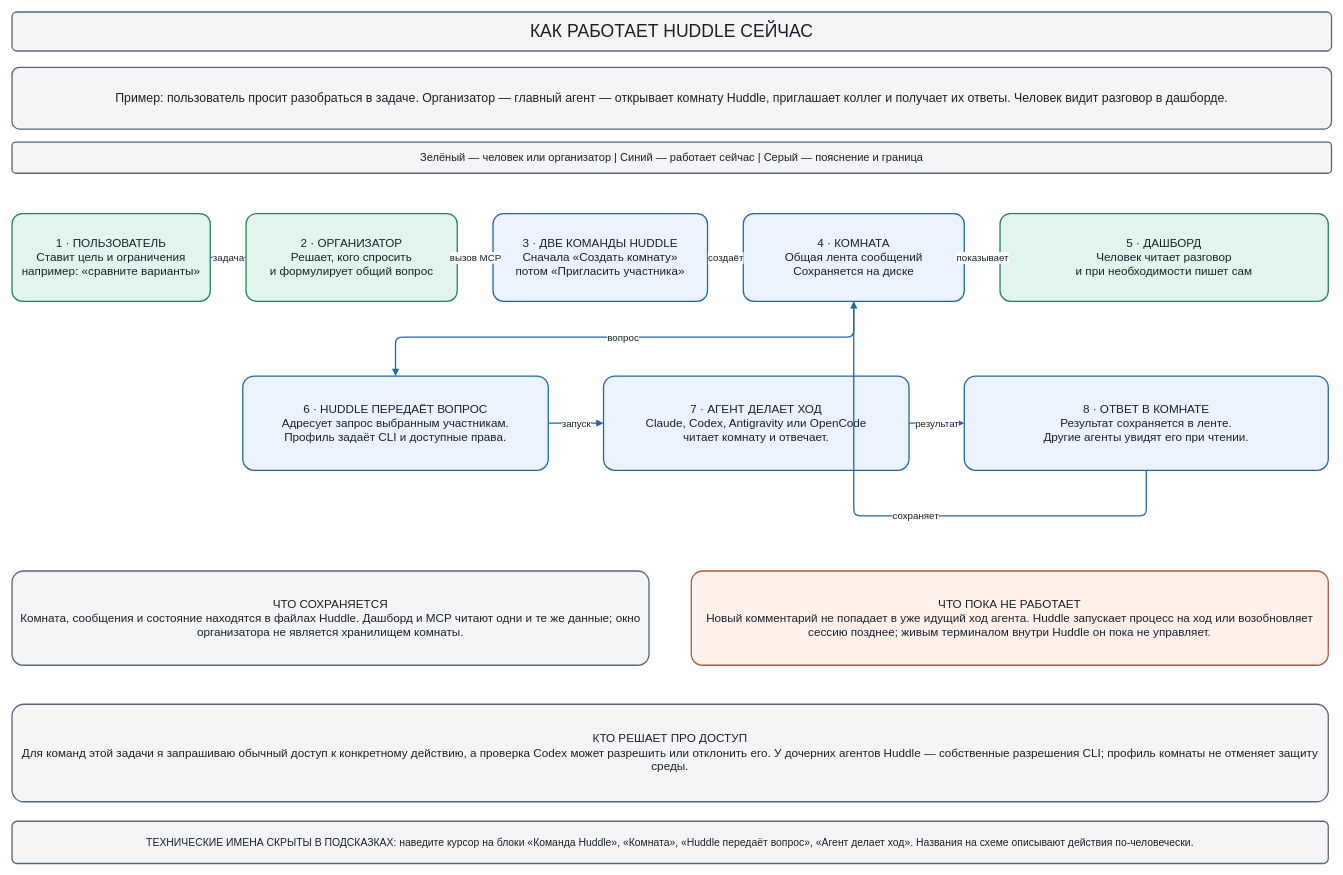
Above: page "1 · Как Huddle работает сейчас" (1 of 2) of research/huddle-flow-20260923.drawio in kolotovalexander/mcp-huddle (draw.io), before the change. Source tidied: cells renumbered, new cells numbered last; positions are measured from the earlier drawing's top-left corner, leaving out a move shared by most shapes. Both pictures are drawn from the tidied source at 65%, with x=0, y=0 at pixel (12, 12).
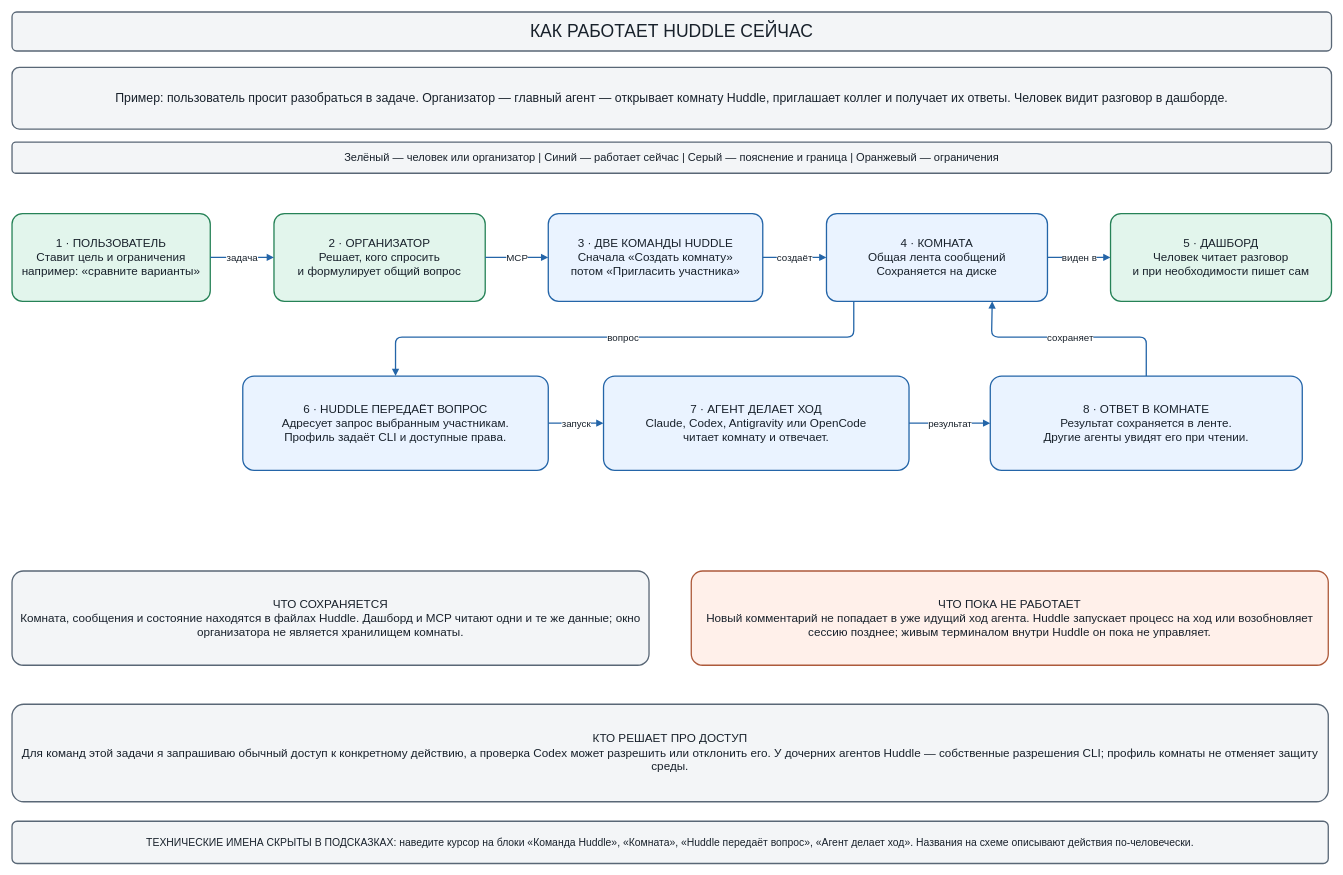
Above is the later version.

Diff of the diagram source:
```diff
@@
-    <mxCell id="4" value="Зелёный — человек или организатор | Синий — работает сейчас | Серый — пояснение и граница" style="rounded=1;arcSize=12;whiteSpace=wrap;html=1;fillColor=#F3F5F7;strokeColor=#596776;strokeWidth=2;fontColor=#18212B;fontSize=17;fontFamily=Arial;align=center;verticalAlign=middle;spacing=12;" parent="1" vertex="1">
+    <mxCell id="4" value="Зелёный — человек или организатор | Синий — работает сейчас | Серый — пояснение и граница | Оранжевый — ограничения" style="rounded=1;arcSize=12;whiteSpace=wrap;html=1;fillColor=#F3F5F7;strokeColor=#596776;strokeWidth=2;fontColor=#18212B;fontSize=17;fontFamily=Arial;align=center;verticalAlign=middle;spacing=12;" parent="1" vertex="1">
       <mxGeometry y="200" width="2030" height="48" as="geometry" />
     </mxCell>
@@
     <mxCell id="6" value="2 · ОРГАНИЗАТОР&lt;br&gt;Решает, кого спросить&lt;br&gt;и формулирует общий вопрос" style="rounded=1;arcSize=12;whiteSpace=wrap;html=1;fillColor=#E2F5EC;strokeColor=#268257;strokeWidth=2;fontColor=#18212B;fontSize=18;fontFamily=Arial;align=center;verticalAlign=middle;spacing=12;" parent="1" vertex="1">
-      <mxGeometry x="360" y="310" width="325" height="135" as="geometry" />
+      <mxGeometry x="403" y="310" width="325" height="135" as="geometry" />
     </mxCell>
     <mxCell id="7" value="3 · ДВЕ КОМАНДЫ HUDDLE&lt;br&gt;Сначала «Создать комнату»&lt;br&gt;потом «Пригласить участника»" style="rounded=1;arcSize=12;whiteSpace=wrap;html=1;fillColor=#EAF3FF;strokeColor=#2465A8;strokeWidth=2;fontColor=#18212B;fontSize=18;fontFamily=Arial;align=center;verticalAlign=middle;spacing=12;" parent="1" vertex="1">
-      <mxGeometry x="740" y="310" width="330" height="135" as="geometry" />
+      <mxGeometry x="825" y="310" width="330" height="135" as="geometry" />
     </mxCell>
     <mxCell id="8" value="4 · КОМНАТА&lt;br&gt;Общая лента сообщений&lt;br&gt;Сохраняется на диске" style="rounded=1;arcSize=12;whiteSpace=wrap;html=1;fillColor=#EAF3FF;strokeColor=#2465A8;strokeWidth=2;fontColor=#18212B;fontSize=18;fontFamily=Arial;align=center;verticalAlign=middle;spacing=12;" parent="1" vertex="1">
-      <mxGeometry x="1125" y="310" width="340" height="135" as="geometry" />
+      <mxGeometry x="1253" y="310" width="340" height="135" as="geometry" />
     </mxCell>
     <mxCell id="9" value="5 · ДАШБОРД&lt;br&gt;Человек читает разговор&lt;br&gt;и при необходимости пишет сам" style="rounded=1;arcSize=12;whiteSpace=wrap;html=1;fillColor=#E2F5EC;strokeColor=#268257;strokeWidth=2;fontColor=#18212B;fontSize=18;fontFamily=Arial;align=center;verticalAlign=middle;spacing=12;" parent="1" vertex="1">
-      <mxGeometry x="1520" y="310" width="505" height="135" as="geometry" />
+      <mxGeometry x="1690" y="310" width="340" height="135" as="geometry" />
     </mxCell>
@@
-    <mxCell id="11" value="вызов MCP" style="edgeStyle=orthogonalEdgeStyle;rounded=1;jettySize=auto;html=1;strokeColor=#2465A8;strokeWidth=2;endArrow=block;endFill=1;fontColor=#18212B;fontSize=15;labelBackgroundColor=#FFFFFF;" parent="1" edge="1" source="6" target="7">
+    <mxCell id="11" value="MCP" style="edgeStyle=orthogonalEdgeStyle;rounded=1;jettySize=auto;html=1;strokeColor=#2465A8;strokeWidth=2;endArrow=block;endFill=1;fontColor=#18212B;fontSize=15;labelBackgroundColor=#FFFFFF;" parent="1" edge="1" source="6" target="7">
       <mxGeometry relative="1" as="geometry" />
     </mxCell>
@@
-    <mxCell id="13" value="показывает" style="edgeStyle=orthogonalEdgeStyle;rounded=1;jettySize=auto;html=1;strokeColor=#2465A8;strokeWidth=2;endArrow=block;endFill=1;fontColor=#18212B;fontSize=15;labelBackgroundColor=#FFFFFF;" parent="1" edge="1" source="8" target="9">
+    <mxCell id="13" value="виден в" style="edgeStyle=orthogonalEdgeStyle;rounded=1;jettySize=auto;html=1;strokeColor=#2465A8;strokeWidth=2;endArrow=block;endFill=1;fontColor=#18212B;fontSize=15;labelBackgroundColor=#FFFFFF;" parent="1" edge="1" source="8" target="9">
       <mxGeometry relative="1" as="geometry" />
     </mxCell>
@@
     <mxCell id="16" value="8 · ОТВЕТ В КОМНАТЕ&lt;br&gt;Результат сохраняется в ленте.&lt;br&gt;Другие агенты увидят его при чтении." style="rounded=1;arcSize=12;whiteSpace=wrap;html=1;fillColor=#EAF3FF;strokeColor=#2465A8;strokeWidth=2;fontColor=#18212B;fontSize=18;fontFamily=Arial;align=center;verticalAlign=middle;spacing=12;" parent="1" vertex="1">
-      <mxGeometry x="1465" y="560" width="560" height="145" as="geometry" />
+      <mxGeometry x="1505" y="560" width="480" height="145" as="geometry" />
     </mxCell>
@@
-    <mxCell id="20" value="сохраняет" style="edgeStyle=orthogonalEdgeStyle;rounded=1;jettySize=auto;html=1;strokeColor=#2465A8;strokeWidth=2;endArrow=block;endFill=1;fontColor=#18212B;fontSize=15;labelBackgroundColor=#FFFFFF;" parent="1" edge="1" source="16" target="8">
+    <mxCell id="20" value="сохраняет" style="edgeStyle=orthogonalEdgeStyle;rounded=1;jettySize=auto;html=1;strokeColor=#2465A8;strokeWidth=2;endArrow=block;endFill=1;fontColor=#18212B;fontSize=15;labelBackgroundColor=#FFFFFF;exitX=0.5;exitY=0;entryX=0.75;entryY=1;" parent="1" edge="1" source="16" target="8">
       <mxGeometry relative="1" as="geometry">
         <Array as="points">
-          <mxPoint x="1745" y="775" />
-          <mxPoint x="1295" y="775" />
+          <mxPoint x="1745" y="500" />
+          <mxPoint x="1507" y="500" />
         </Array>
       </mxGeometry>
     </mxCell>
```
